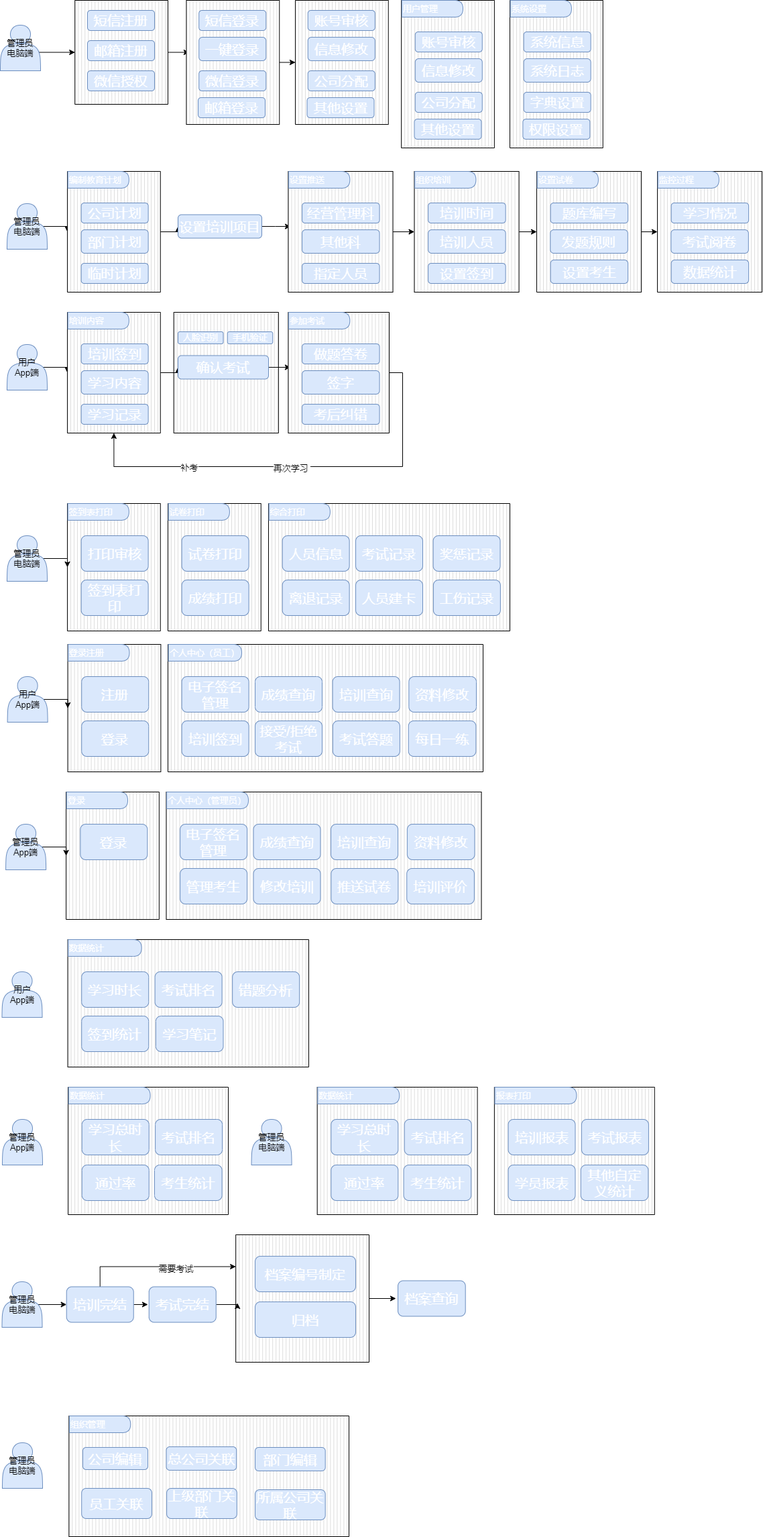
The draw.io diagram Untitled Diagram.drawio.png in lenonjone/Toolkits, before a commit. Source tidied: cells renumbered, new cells last; positions are measured from the earlier drawing's top-left corner, leaving out a move shared by most shapes.
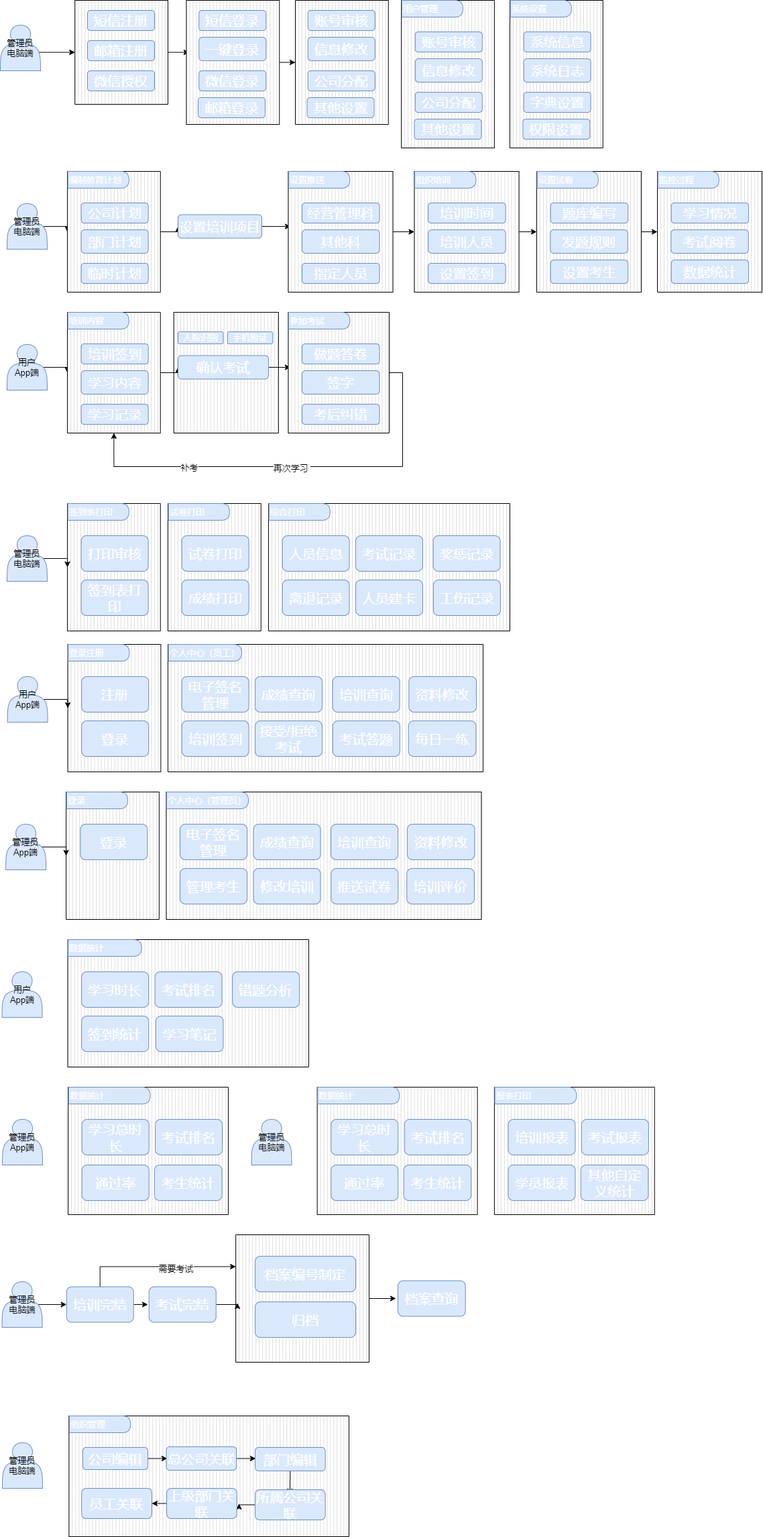
The same diagram one commit later.

Change to the diagram source:
```diff
@@ -542,21 +542,36 @@
     <mxCell id="177" style="verticalLabelPosition=bottom;verticalAlign=top;html=1;shape=mxgraph.basic.patternFillRect;fillStyle=vert;step=5;fillStrokeWidth=0.2;fillStrokeColor=#dddddd;fontSize=13;fontColor=#FFFFFF;" parent="1" vertex="1">
       <mxGeometry x="102.4" y="2110" width="417.6" height="180" as="geometry" />
     </mxCell>
+    <mxCell id="185" style="edgeStyle=orthogonalEdgeStyle;rounded=0;jettySize=auto;html=1;exitX=1;exitY=0.5;exitDx=0;exitDy=0;entryX=0.351;entryY=0.356;entryDx=0;entryDy=0;entryPerimeter=0;fontSize=13;fontColor=#000000;" parent="1" edge="1" source="178" target="177">
+      <mxGeometry relative="1" as="geometry" />
+    </mxCell>
     <mxCell id="178" value="公司编辑" style="rounded=1;whiteSpace=wrap;html=1;fillColor=#dae8fc;strokeColor=#6c8ebf;fontColor=#FFFFFF;fontStyle=0;fontSize=20;" parent="1" vertex="1">
       <mxGeometry x="123" y="2157" width="97" height="33" as="geometry" />
     </mxCell>
+    <mxCell id="186" style="edgeStyle=orthogonalEdgeStyle;rounded=0;jettySize=auto;html=1;exitX=1;exitY=0.5;exitDx=0;exitDy=0;entryX=0.667;entryY=0.356;entryDx=0;entryDy=0;entryPerimeter=0;fontSize=13;fontColor=#000000;" parent="1" edge="1" source="179" target="177">
+      <mxGeometry relative="1" as="geometry" />
+    </mxCell>
     <mxCell id="179" value="总公司关联" style="rounded=1;whiteSpace=wrap;html=1;fillColor=#dae8fc;strokeColor=#6c8ebf;fontColor=#FFFFFF;fontStyle=0;fontSize=20;" parent="1" vertex="1">
       <mxGeometry x="247.5" y="2156" width="104.7" height="35" as="geometry" />
     </mxCell>
     <mxCell id="180" value="组织管理" style="shape=delay;whiteSpace=wrap;html=1;fontSize=13;align=left;fillColor=#dae8fc;strokeColor=#6c8ebf;fontColor=#FFFFFF;" parent="1" vertex="1">
       <mxGeometry x="103" y="2110" width="91.2" height="25" as="geometry" />
     </mxCell>
+    <mxCell id="187" style="edgeStyle=orthogonalEdgeStyle;rounded=0;jettySize=auto;html=1;exitX=0.5;exitY=1;exitDx=0;exitDy=0;entryX=0.789;entryY=0.65;entryDx=0;entryDy=0;entryPerimeter=0;fontSize=13;fontColor=#000000;" parent="1" edge="1" source="181" target="177">
+      <mxGeometry relative="1" as="geometry" />
+    </mxCell>
     <mxCell id="181" value="部门编辑" style="rounded=1;whiteSpace=wrap;html=1;fillColor=#dae8fc;strokeColor=#6c8ebf;fontColor=#FFFFFF;fontStyle=0;fontSize=20;" parent="1" vertex="1">
       <mxGeometry x="380" y="2157" width="104.7" height="35" as="geometry" />
     </mxCell>
+    <mxCell id="188" style="edgeStyle=orthogonalEdgeStyle;rounded=0;jettySize=auto;html=1;exitX=0;exitY=0.5;exitDx=0;exitDy=0;entryX=0.607;entryY=0.728;entryDx=0;entryDy=0;entryPerimeter=0;fontSize=13;fontColor=#000000;" parent="1" edge="1" source="182" target="177">
+      <mxGeometry relative="1" as="geometry" />
+    </mxCell>
     <mxCell id="182" value="所属公司关联" style="rounded=1;whiteSpace=wrap;html=1;fillColor=#dae8fc;strokeColor=#6c8ebf;fontColor=#FFFFFF;fontStyle=0;fontSize=20;" parent="1" vertex="1">
       <mxGeometry x="380" y="2220" width="104.7" height="45" as="geometry" />
     </mxCell>
+    <mxCell id="189" style="edgeStyle=orthogonalEdgeStyle;rounded=0;jettySize=auto;html=1;exitX=0;exitY=0.5;exitDx=0;exitDy=0;entryX=0.296;entryY=0.722;entryDx=0;entryDy=0;entryPerimeter=0;fontSize=13;fontColor=#000000;" parent="1" edge="1" source="183" target="177">
+      <mxGeometry relative="1" as="geometry" />
+    </mxCell>
     <mxCell id="183" value="上级部门关联" style="rounded=1;whiteSpace=wrap;html=1;fillColor=#dae8fc;strokeColor=#6c8ebf;fontColor=#FFFFFF;fontStyle=0;fontSize=20;" parent="1" vertex="1">
       <mxGeometry x="248.1" y="2218" width="104.7" height="45" as="geometry" />
     </mxCell>
```
